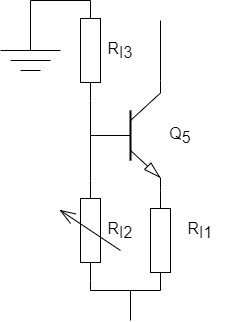
Before: TTT4260-ESDA/Design6/LaTex/Bilder/current_source.drawio.png, a diagram exported from draw.io (Eirik-MS/NTNU_Code). Source tidied: cells renumbered, new cells last; positions are measured from the earlier drawing's top-left corner, leaving out a move shared by most shapes.
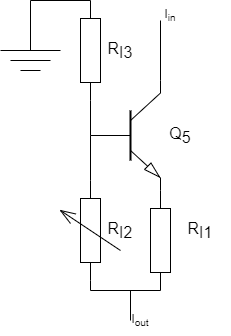
After the change.

Change to the diagram source:
```diff
@@ -82,5 +82,11 @@
     <mxCell id="20" value="Q&lt;sub style=&quot;font-size: 16px;&quot;&gt;5&lt;/sub&gt;" style="text;html=1;strokeColor=none;fillColor=none;align=center;verticalAlign=middle;whiteSpace=wrap;rounded=0;fontSize=16;" parent="1" vertex="1">
       <mxGeometry x="150" y="120" width="60" height="30" as="geometry" />
     </mxCell>
+    <mxCell id="21" value="I&lt;sub&gt;in&lt;/sub&gt;" style="text;html=1;strokeColor=none;fillColor=none;align=center;verticalAlign=middle;whiteSpace=wrap;rounded=0;" parent="1" vertex="1">
+      <mxGeometry x="140" width="60" height="30" as="geometry" />
+    </mxCell>
+    <mxCell id="22" value="I&lt;sub&gt;out&lt;/sub&gt;" style="text;html=1;strokeColor=none;fillColor=none;align=center;verticalAlign=middle;whiteSpace=wrap;rounded=0;" parent="1" vertex="1">
+      <mxGeometry x="110" y="305" width="60" height="30" as="geometry" />
+    </mxCell>
   </root>
 </mxGraphModel>
```
